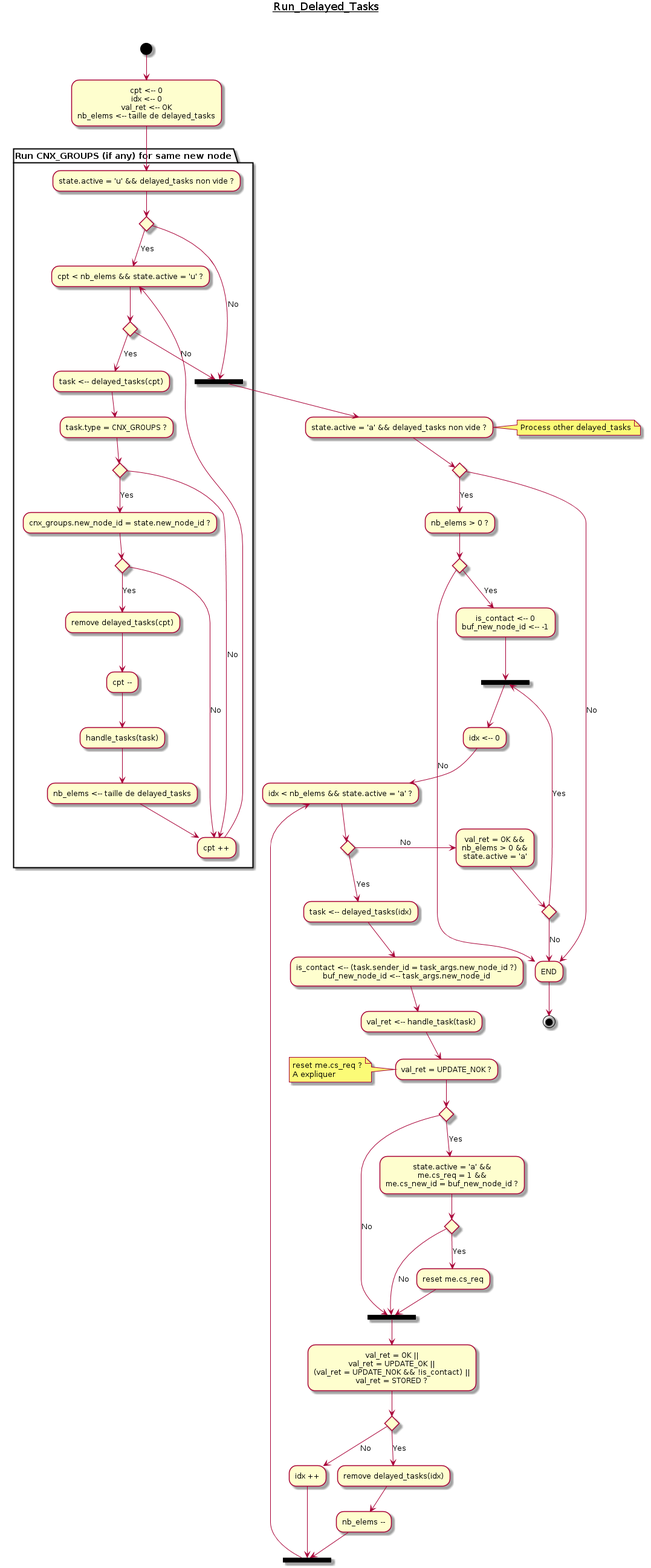
This is doc/UML/Algo_run_delayed_tasks.png from tof25/DST, a PlantUML export, as it was before one commit.
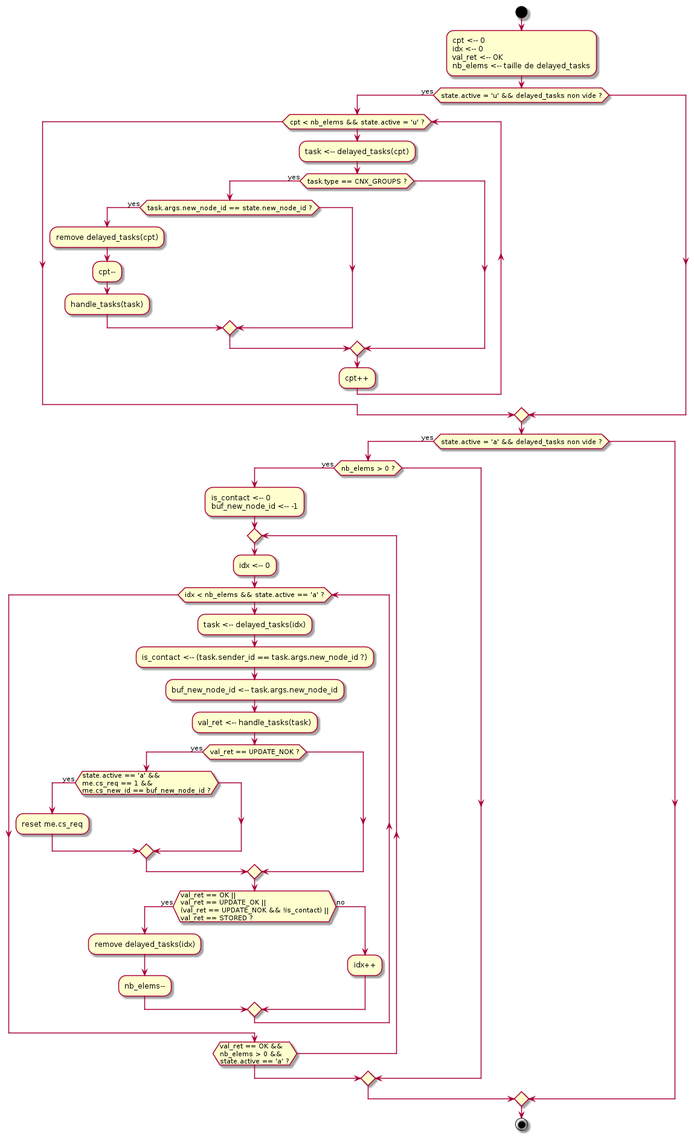
After the commit.

Diff of the diagram source:
```diff
@@ -1,96 +1,53 @@
 @startuml
-title <u>Run_Delayed_Tasks</u>\n\n
-(*top) -->"cpt <-- 0\nidx <-- 0\nval_ret <-- OK\nnb_elems <-- taille de delayed_tasks"
 
-partition "Run CNX_GROUPS (if any) for same new node"
+start
 
--->"state.active = 'u' && delayed_tasks non vide ?"
-if ""
-    -->[Yes]"cpt < nb_elems && state.active = 'u' ?" as jump0
-    if "" then
-        -->[Yes] "task <-- delayed_tasks(cpt)" as loop1
-        -->"task.type = CNX_GROUPS ?"
-        if ""
-            -->[Yes] "cnx_groups.new_node_id = state.new_node_id ?"
-            if ""
-                -->[Yes] "remove delayed_tasks(cpt)"
-                -->"cpt --"
-                -->"handle_tasks(task)"
-                -->"nb_elems <-- taille de delayed_tasks"
-                -->"cpt ++" as jump1
-            else
-                -->[No] jump1
-            endif
-        else
-            -->[No] jump1
-        endif
-        -->jump0
-    else
-        -->[No] == JUMP2 ==
-    endif
-end partition
+:cpt <-- 0
+idx <-- 0
+val_ret <-- OK
+nb_elems <-- taille de delayed_tasks;
 
-else
-    -->[No] == JUMP2 ==
-endif
-== JUMP2 == --> "state.active = 'a' && delayed_tasks non vide ?"
+if (state.active = 'u' && delayed_tasks non vide ?) then (yes)
 
-note right : Process other delayed_tasks
-
-if ""
-    -->[Yes] "nb_elems > 0 ?"
-    if ""
-        -->[Yes] "is_contact <-- 0\nbuf_new_node_id <-- -1"
-        --> == LOOP3 ==
-        -->"idx <-- 0"
-        -->"idx < nb_elems && state.active = 'a' ?" as loop2
-        if ""
-            -->[Yes] "task <-- delayed_tasks(idx)"
-            -->"is_contact <-- (task.sender_id = task_args.new_node_id ?)\nbuf_new_node_id <-- task_args.new_node_id"
-            -->"val_ret <-- handle_task(task)"
-            -->"val_ret = UPDATE_NOK ?"
-
-note left
-    reset me.cs_req ?
-    A expliquer
-end note
-
-            if "" then
-                -->[Yes] "state.active = 'a' &&\nme.cs_req = 1 &&\nme.cs_new_id = buf_new_node_id ?"
-                if "" then
-                    -->[Yes]"reset me.cs_req"
-                    --> == JUMP3 ==
-                else
-                    -->[No] == JUMP3 ==
-                endif
-
-                    == JUMP3 == -->"val_ret = OK ||\nval_ret = UPDATE_OK ||\n(val_ret = UPDATE_NOK && !is_contact) ||\nval_ret = STORED ?"
-                if "" then
-                    -->[Yes]"remove delayed_tasks(idx)"
-                    -->"nb_elems --"
-                    --> == LOOP2 ==
-                else
-                    -->[No] "idx ++"
-                    --> == LOOP2 ==
-                    --> loop2
-                endif
-            else
-                -->[No] == JUMP3 ==
-            endif
-
-        else
-            -Right->[No] "val_ret = OK &&\nnb_elems > 0 &&\nstate.active = 'a'"
-            if "" then
-                -->[Yes] == LOOP3 ==
-            else
-                -->[No] "END"
-                -->(*)
+    while (cpt < nb_elems && state.active = 'u' ?)
+        :task <-- delayed_tasks(cpt);
+        if (task.type == CNX_GROUPS ?) then (yes)
+            if (task.args.new_node_id == state.new_node_id ?) then (yes)
+                :remove delayed_tasks(cpt);
+                :cpt--;
+                :handle_tasks(task);
             endif
         endif
-    else
-        -->[No] "END"
+        :cpt++;
+    endwhile
+endif
+
+if (state.active = 'a' && delayed_tasks non vide ?) then (yes)
+    if (nb_elems > 0 ?) then (yes)
+        :is_contact <-- 0\nbuf_new_node_id <-- -1;
+        repeat
+            :idx <-- 0;
+            while (idx < nb_elems && state.active == 'a' ?)
+                :task <-- delayed_tasks(idx);
+                :is_contact <-- (task.sender_id == task.args.new_node_id ?);
+                :buf_new_node_id <-- task.args.new_node_id;
+                :val_ret <-- handle_tasks(task);
+                if (val_ret == UPDATE_NOK ?) then (yes)
+                    if (state.active == 'a' &&\nme.cs_req == 1 &&\nme.cs_new_id == buf_new_node_id ?) then (yes)
+                        :reset me.cs_req;
+                    endif
+                endif
+                if (val_ret == OK ||\nval_ret == UPDATE_OK ||\n(val_ret == UPDATE_NOK && !is_contact) ||\nval_ret == STORED ?) then (yes)
+                    :remove delayed_tasks(idx);
+                    :nb_elems--;
+                else (no)
+                    :idx++;
+                endif
+            endwhile
+        repeatwhile (val_ret == OK &&\nnb_elems > 0 &&\nstate.active == 'a' ?)
     endif
-else
-    -->[No] "END"
 endif
+
+stop
+
 @enduml
```
